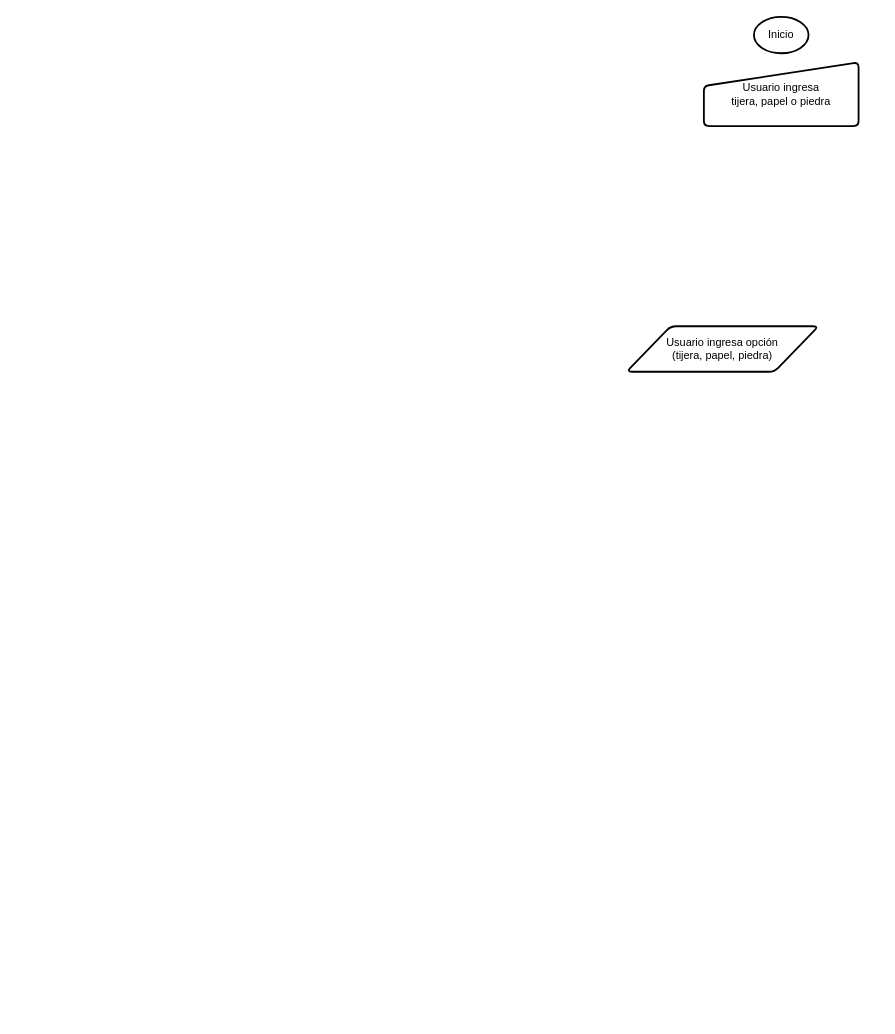
Above: cachipun.drawio in mackro88/cachipun (draw.io), before the change. Source tidied: cells renumbered, new cells numbered last; positions are measured from the earlier drawing's top-left corner, leaving out a move shared by most shapes. Both pictures are drawn from the tidied source at 91%, with x=0, y=0 at pixel (626, 16).
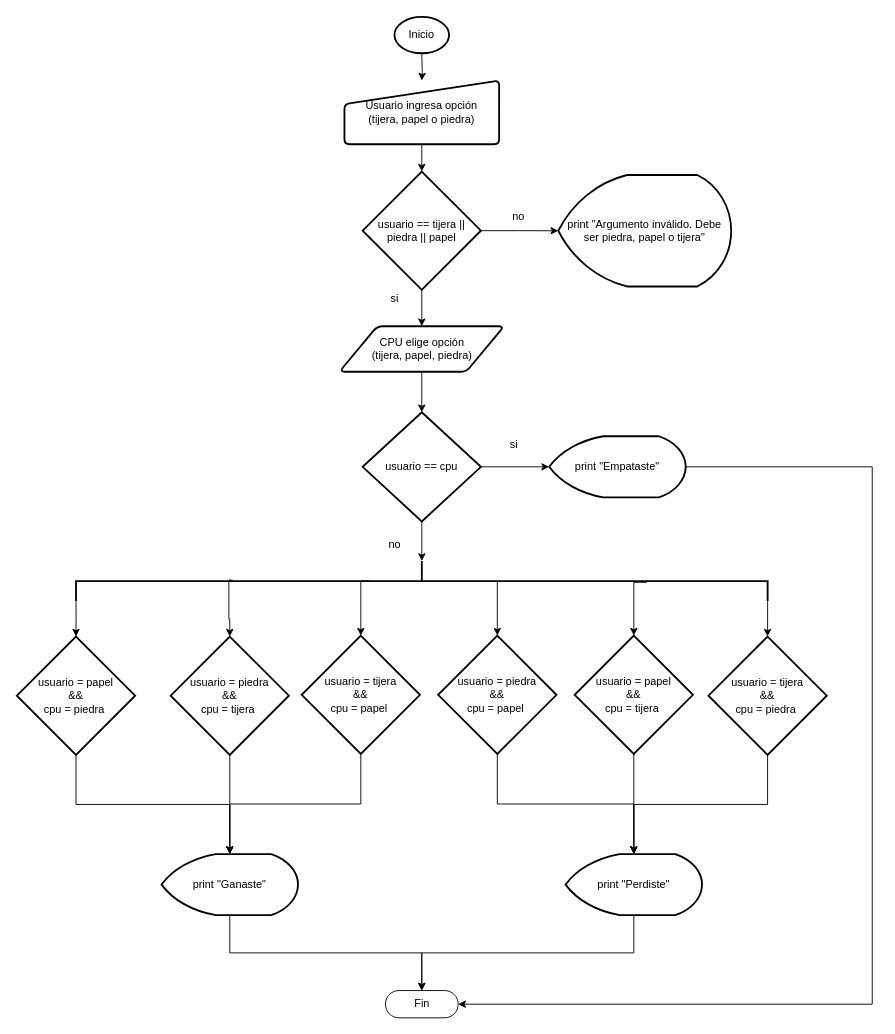
The same diagram, later.

The edit, as a diff of the source:
```diff
@@
+    <mxCell id="5" style="edgeStyle=orthogonalEdgeStyle;rounded=0;jettySize=auto;html=1;" parent="1" edge="1" target="4">
+      <mxGeometry relative="1" as="geometry">
+        <mxPoint x="-225" y="40" as="sourcePoint" />
+      </mxGeometry>
+    </mxCell>
     <mxCell id="2" value="Inicio" style="strokeWidth=2;html=1;shape=mxgraph.flowchart.start_1;whiteSpace=wrap;" parent="1" vertex="1">
-      <mxGeometry x="140" width="60" height="40" as="geometry" />
+      <mxGeometry x="-255" width="60" height="40" as="geometry" />
     </mxCell>
+    <mxCell id="6" style="edgeStyle=orthogonalEdgeStyle;rounded=0;jettySize=auto;html=1;" parent="1" edge="1" source="3" target="10">
+      <mxGeometry relative="1" as="geometry" />
+    </mxCell>
-    <mxCell id="3" value="Usuario ingresa opción&lt;br&gt;(tijera, papel, piedra)" style="shape=parallelogram;html=1;strokeWidth=2;perimeter=parallelogramPerimeter;whiteSpace=wrap;rounded=1;arcSize=12;size=0.23;" parent="1" vertex="1">
-      <mxGeometry y="340" width="211" height="50" as="geometry" />
+    <mxCell id="3" value="CPU elige opción&lt;br&gt;(tijera, papel, piedra)" style="shape=parallelogram;html=1;strokeWidth=2;perimeter=parallelogramPerimeter;whiteSpace=wrap;rounded=1;arcSize=12;size=0.23;" parent="1" vertex="1">
+      <mxGeometry x="-315.5" y="340" width="181" height="50" as="geometry" />
     </mxCell>
+    <mxCell id="7" style="edgeStyle=orthogonalEdgeStyle;rounded=0;jettySize=auto;html=1;exitX=1;exitY=0.5;exitDx=0;exitDy=0;exitPerimeter=0;" parent="1" edge="1" source="15" target="12">
+      <mxGeometry relative="1" as="geometry" />
+    </mxCell>
-    <mxCell id="4" value="&lt;span&gt;Usuario ingresa&lt;/span&gt;&lt;br&gt;&lt;span&gt;tijera, papel o piedra&lt;/span&gt;" style="html=1;strokeWidth=2;shape=manualInput;whiteSpace=wrap;rounded=1;size=26;arcSize=11;" parent="1" vertex="1">
-      <mxGeometry x="85" y="50" width="170" height="70" as="geometry" />
+    <mxCell id="4" value="&lt;span&gt;Usuario ingresa opción&lt;/span&gt;&lt;br&gt;&lt;span&gt;(tijera, papel o piedra)&lt;/span&gt;" style="html=1;strokeWidth=2;shape=manualInput;whiteSpace=wrap;rounded=1;size=26;arcSize=11;" parent="1" vertex="1">
+      <mxGeometry x="-310" y="70" width="170" height="70" as="geometry" />
     </mxCell>
+    <mxCell id="8" style="edgeStyle=orthogonalEdgeStyle;rounded=0;jettySize=auto;html=1;" parent="1" edge="1" source="10" target="18">
+      <mxGeometry relative="1" as="geometry" />
+    </mxCell>
+    <mxCell id="9" style="edgeStyle=orthogonalEdgeStyle;rounded=0;jettySize=auto;html=1;entryX=0;entryY=0.5;entryDx=0;entryDy=0;entryPerimeter=0;" parent="1" edge="1" source="10" target="29">
+      <mxGeometry relative="1" as="geometry">
+        <Array as="points">
+          <mxPoint x="-225" y="598" />
+        </Array>
+      </mxGeometry>
+    </mxCell>
+    <mxCell id="10" value="usuario == cpu" style="strokeWidth=2;html=1;shape=mxgraph.flowchart.decision;whiteSpace=wrap;" parent="1" vertex="1">
+      <mxGeometry x="-290" y="434.5" width="130" height="120" as="geometry" />
+    </mxCell>
+    <mxCell id="11" style="endArrow=classic;html=1;" parent="1" edge="1" source="4" target="15">
+      <mxGeometry relative="1" as="geometry" />
+    </mxCell>
+    <mxCell id="12" value="print &quot;Argumento inválido. Debe ser piedra, papel o tijera&quot;" style="strokeWidth=2;html=1;shape=mxgraph.flowchart.display;whiteSpace=wrap;" parent="1" vertex="1">
+      <mxGeometry x="-75" y="173.8" width="190" height="122.5" as="geometry" />
+    </mxCell>
+    <mxCell id="13" value="no" style="text;html=1;align=center;verticalAlign=middle;" parent="1" vertex="1">
+      <mxGeometry x="-134.5" y="210" width="30" height="20" as="geometry" />
+    </mxCell>
+    <mxCell id="14" style="edgeStyle=orthogonalEdgeStyle;rounded=0;jettySize=auto;html=1;" parent="1" edge="1" source="15" target="3">
+      <mxGeometry relative="1" as="geometry" />
+    </mxCell>
+    <mxCell id="15" value="usuario == tijera || piedra || papel" style="strokeWidth=2;html=1;shape=mxgraph.flowchart.decision;whiteSpace=wrap;" parent="1" vertex="1">
+      <mxGeometry x="-290" y="170" width="130" height="130" as="geometry" />
+    </mxCell>
+    <mxCell id="16" value="si" style="text;html=1;align=center;verticalAlign=middle;" parent="1" vertex="1">
+      <mxGeometry x="-265" y="300" width="20" height="20" as="geometry" />
+    </mxCell>
+    <mxCell id="17" style="edgeStyle=orthogonalEdgeStyle;rounded=0;jettySize=auto;html=1;exitX=1;exitY=0.5;exitDx=0;exitDy=0;exitPerimeter=0;entryX=1;entryY=0.5;entryDx=0;entryDy=0;entryPerimeter=0;" parent="1" edge="1" source="18" target="44">
+      <mxGeometry relative="1" as="geometry">
+        <Array as="points">
+          <mxPoint x="270" y="494" />
+          <mxPoint x="270" y="1085" />
+        </Array>
+      </mxGeometry>
+    </mxCell>
+    <mxCell id="18" value="print &quot;Empataste&quot;" style="strokeWidth=2;html=1;shape=mxgraph.flowchart.display;whiteSpace=wrap;" parent="1" vertex="1">
+      <mxGeometry x="-85" y="460.9" width="150" height="67.2" as="geometry" />
+    </mxCell>
+    <mxCell id="19" value="si" style="text;html=1;align=center;verticalAlign=middle;" parent="1" vertex="1">
+      <mxGeometry x="-134.5" y="460" width="20" height="20" as="geometry" />
+    </mxCell>
+    <mxCell id="20" style="edgeStyle=orthogonalEdgeStyle;rounded=0;jettySize=auto;html=1;exitX=0.5;exitY=1;exitDx=0;exitDy=0;exitPerimeter=0;" parent="1" edge="1" source="21" target="41">
+      <mxGeometry relative="1" as="geometry" />
+    </mxCell>
+    <mxCell id="21" value="&lt;span&gt;usuario = piedra&lt;br&gt;&amp;amp;&amp;amp;&lt;br&gt;cpu = tijera&amp;nbsp;&lt;br&gt;&lt;/span&gt;" style="strokeWidth=2;html=1;shape=mxgraph.flowchart.decision;whiteSpace=wrap;" parent="1" vertex="1">
+      <mxGeometry x="-501" y="681" width="130" height="130" as="geometry" />
+    </mxCell>
+    <mxCell id="22" value="no" style="text;html=1;align=center;verticalAlign=middle;" parent="1" vertex="1">
+      <mxGeometry x="-270" y="570" width="30" height="20" as="geometry" />
+    </mxCell>
+    <mxCell id="23" style="edgeStyle=orthogonalEdgeStyle;rounded=0;jettySize=auto;html=1;exitX=0.5;exitY=1;exitDx=0;exitDy=0;exitPerimeter=0;" parent="1" edge="1" source="24" target="41">
+      <mxGeometry relative="1" as="geometry" />
+    </mxCell>
+    <mxCell id="24" value="&lt;span&gt;usuario = tijera&lt;br&gt;&amp;amp;&amp;amp;&lt;br&gt;cpu = papel&amp;nbsp;&lt;br&gt;&lt;/span&gt;" style="strokeWidth=2;html=1;shape=mxgraph.flowchart.decision;whiteSpace=wrap;" parent="1" vertex="1">
+      <mxGeometry x="-357" y="680" width="130" height="130" as="geometry" />
+    </mxCell>
+    <mxCell id="25" style="edgeStyle=orthogonalEdgeStyle;rounded=0;jettySize=auto;html=1;exitX=0.477;exitY=0.784;exitDx=0;exitDy=0;exitPerimeter=0;entryX=0.5;entryY=0;entryDx=0;entryDy=0;entryPerimeter=0;" parent="1" edge="1" target="21">
+      <mxGeometry relative="1" as="geometry">
+        <mxPoint x="-432.8" y="619" as="sourcePoint" />
+        <Array as="points">
+          <mxPoint x="-437" y="662" />
+          <mxPoint x="-436" y="662" />
+        </Array>
+      </mxGeometry>
+    </mxCell>
+    <mxCell id="26" style="edgeStyle=orthogonalEdgeStyle;rounded=0;jettySize=auto;html=1;exitX=0.5;exitY=0.586;exitDx=0;exitDy=0;exitPerimeter=0;entryX=0.5;entryY=0;entryDx=0;entryDy=0;entryPerimeter=0;" parent="1" edge="1" target="24">
+      <mxGeometry relative="1" as="geometry">
+        <mxPoint x="-282.4" y="620" as="sourcePoint" />
+        <Array as="points">
+          <mxPoint x="-292" y="620" />
+        </Array>
+      </mxGeometry>
+    </mxCell>
+    <mxCell id="27" style="edgeStyle=orthogonalEdgeStyle;rounded=0;jettySize=auto;html=1;exitX=1;exitY=1;exitDx=0;exitDy=0;exitPerimeter=0;" parent="1" edge="1" source="29" target="35">
+      <mxGeometry relative="1" as="geometry" />
+    </mxCell>
+    <mxCell id="28" style="edgeStyle=orthogonalEdgeStyle;rounded=0;jettySize=auto;html=1;exitX=1;exitY=0;exitDx=0;exitDy=0;exitPerimeter=0;entryX=0.5;entryY=0;entryDx=0;entryDy=0;entryPerimeter=0;" parent="1" edge="1" source="29" target="39">
+      <mxGeometry relative="1" as="geometry" />
+    </mxCell>
+    <mxCell id="29" style="strokeWidth=2;html=1;shape=mxgraph.flowchart.annotation_2;align=left;labelPosition=right;rotation=90;" parent="1" vertex="1">
+      <mxGeometry x="-247" y="240" width="44.1" height="760" as="geometry" />
+    </mxCell>
+    <mxCell id="30" style="edgeStyle=orthogonalEdgeStyle;rounded=0;jettySize=auto;html=1;exitX=0.5;exitY=1;exitDx=0;exitDy=0;exitPerimeter=0;" parent="1" edge="1" source="31" target="43">
+      <mxGeometry relative="1" as="geometry" />
+    </mxCell>
+    <mxCell id="31" value="&lt;span&gt;usuario = piedra&lt;br&gt;&amp;amp;&amp;amp;&lt;br&gt;cpu = papel&amp;nbsp;&lt;br&gt;&lt;/span&gt;" style="strokeWidth=2;html=1;shape=mxgraph.flowchart.decision;whiteSpace=wrap;" parent="1" vertex="1">
+      <mxGeometry x="-207" y="680" width="130" height="130" as="geometry" />
+    </mxCell>
+    <mxCell id="32" style="edgeStyle=orthogonalEdgeStyle;rounded=0;jettySize=auto;html=1;exitX=0.5;exitY=1;exitDx=0;exitDy=0;exitPerimeter=0;" parent="1" edge="1" source="33">
+      <mxGeometry relative="1" as="geometry">
+        <mxPoint x="8" y="920" as="targetPoint" />
+      </mxGeometry>
+    </mxCell>
+    <mxCell id="33" value="&lt;span&gt;usuario = papel&lt;br&gt;&amp;amp;&amp;amp;&lt;br&gt;cpu = tijera&amp;nbsp;&lt;br&gt;&lt;/span&gt;" style="strokeWidth=2;html=1;shape=mxgraph.flowchart.decision;whiteSpace=wrap;" parent="1" vertex="1">
+      <mxGeometry x="-57" y="680" width="130" height="130" as="geometry" />
+    </mxCell>
+    <mxCell id="34" style="edgeStyle=orthogonalEdgeStyle;rounded=0;jettySize=auto;html=1;exitX=0.5;exitY=1;exitDx=0;exitDy=0;exitPerimeter=0;" parent="1" edge="1" source="35" target="41">
+      <mxGeometry relative="1" as="geometry" />
+    </mxCell>
+    <mxCell id="35" value="&lt;span&gt;usuario = papel&lt;br&gt;&amp;amp;&amp;amp;&lt;br&gt;cpu = piedra&amp;nbsp;&lt;br&gt;&lt;/span&gt;" style="strokeWidth=2;html=1;shape=mxgraph.flowchart.decision;whiteSpace=wrap;" parent="1" vertex="1">
+      <mxGeometry x="-670" y="681" width="130" height="130" as="geometry" />
+    </mxCell>
+    <mxCell id="36" style="edgeStyle=orthogonalEdgeStyle;rounded=0;jettySize=auto;html=1;entryX=0.5;entryY=0;entryDx=0;entryDy=0;entryPerimeter=0;" parent="1" edge="1" target="31">
+      <mxGeometry relative="1" as="geometry">
+        <mxPoint x="-142" y="621" as="sourcePoint" />
+        <Array as="points">
+          <mxPoint x="-142" y="630" />
+          <mxPoint x="-142" y="630" />
+        </Array>
+      </mxGeometry>
+    </mxCell>
+    <mxCell id="37" style="edgeStyle=orthogonalEdgeStyle;rounded=0;jettySize=auto;html=1;entryX=0.5;entryY=0;entryDx=0;entryDy=0;entryPerimeter=0;exitX=0.531;exitY=0.185;exitDx=0;exitDy=0;exitPerimeter=0;" parent="1" edge="1" target="33">
+      <mxGeometry relative="1" as="geometry">
+        <mxPoint x="22.4" y="621.4" as="sourcePoint" />
+        <Array as="points">
+          <mxPoint x="8" y="621" />
+        </Array>
+      </mxGeometry>
+    </mxCell>
+    <mxCell id="38" style="edgeStyle=orthogonalEdgeStyle;rounded=0;jettySize=auto;html=1;exitX=0.5;exitY=1;exitDx=0;exitDy=0;exitPerimeter=0;" parent="1" edge="1" source="39" target="43">
+      <mxGeometry relative="1" as="geometry" />
+    </mxCell>
+    <mxCell id="39" value="&lt;span&gt;usuario = tijera&lt;br&gt;&amp;amp;&amp;amp;&lt;br&gt;cpu = piedra&amp;nbsp;&lt;br&gt;&lt;/span&gt;" style="strokeWidth=2;html=1;shape=mxgraph.flowchart.decision;whiteSpace=wrap;" parent="1" vertex="1">
+      <mxGeometry x="90" y="681" width="130" height="130" as="geometry" />
+    </mxCell>
+    <mxCell id="40" style="edgeStyle=orthogonalEdgeStyle;rounded=0;jettySize=auto;html=1;exitX=0.5;exitY=1;exitDx=0;exitDy=0;exitPerimeter=0;" parent="1" edge="1" source="41" target="44">
+      <mxGeometry relative="1" as="geometry" />
+    </mxCell>
+    <mxCell id="41" value="print &quot;Ganaste&quot;" style="strokeWidth=2;html=1;shape=mxgraph.flowchart.display;whiteSpace=wrap;" parent="1" vertex="1">
+      <mxGeometry x="-511" y="920" width="150" height="67.2" as="geometry" />
+    </mxCell>
+    <mxCell id="42" style="edgeStyle=orthogonalEdgeStyle;rounded=0;jettySize=auto;html=1;exitX=0.5;exitY=1;exitDx=0;exitDy=0;exitPerimeter=0;" parent="1" edge="1" source="43" target="44">
+      <mxGeometry relative="1" as="geometry" />
+    </mxCell>
+    <mxCell id="43" value="print &quot;Perdiste&quot;" style="strokeWidth=2;html=1;shape=mxgraph.flowchart.display;whiteSpace=wrap;" parent="1" vertex="1">
+      <mxGeometry x="-67" y="920" width="150" height="67.2" as="geometry" />
+    </mxCell>
+    <mxCell id="44" value="Fin" style="html=1;dashed=0;whitespace=wrap;shape=mxgraph.dfd.start;" parent="1" vertex="1">
+      <mxGeometry x="-265" y="1070" width="80" height="30" as="geometry" />
+    </mxCell>
```
